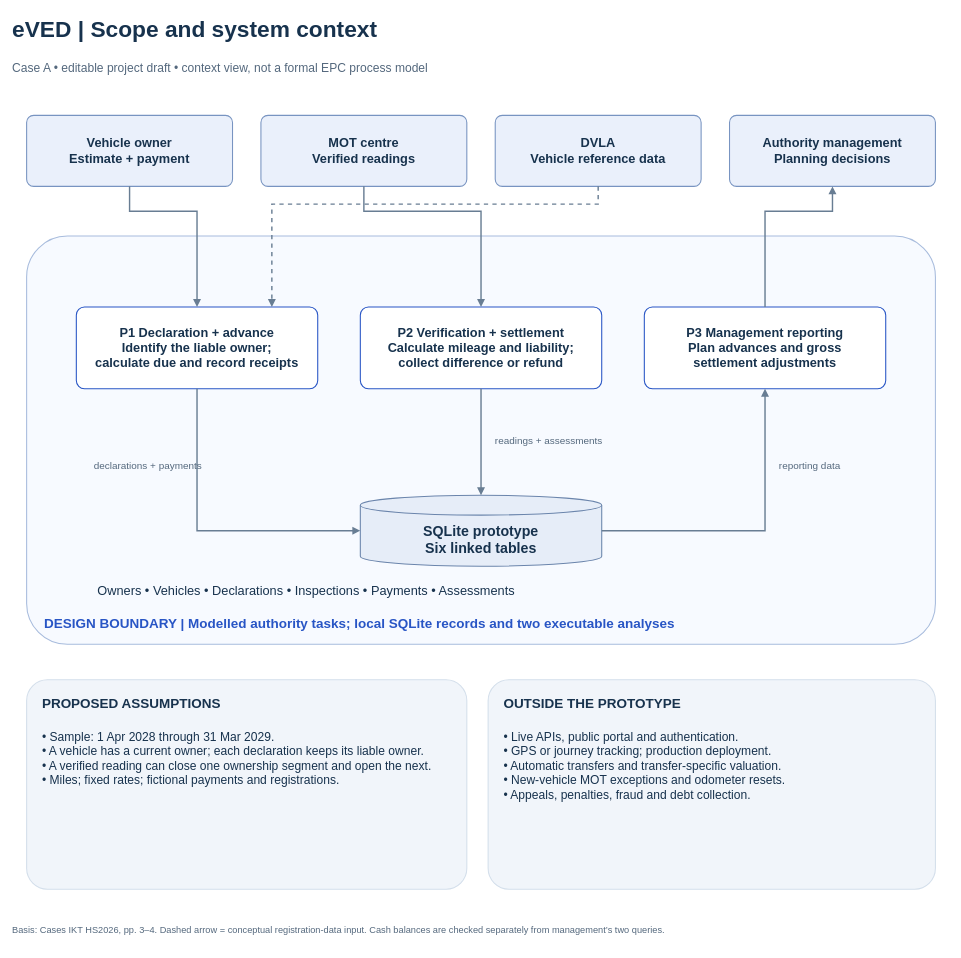
Before: page "00 - Scope and context" (1 of 5) of eved_scope_and_processes.drawio in Mclement197/ikt-hsg-2026, a draw.io diagram. Source tidied: cells renumbered, new cells numbered last; positions are measured from the earlier drawing's top-left corner, leaving out a move shared by most shapes. Both pictures are drawn from the tidied source at 71%, with x=0, y=0 at pixel (12, 12).
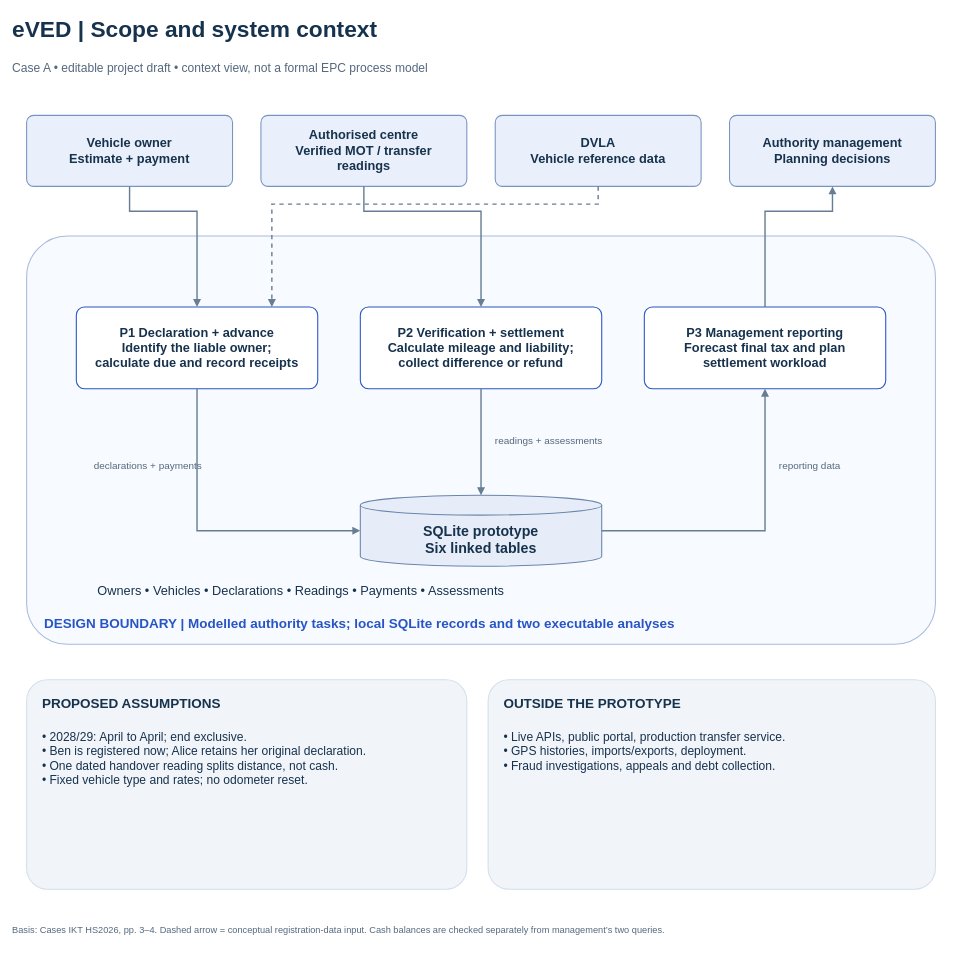
Above is the later version.

Diff of the diagram source:
```diff
@@
-    <mxCell id="7" value="MOT centre&#10;Verified readings" style="whiteSpace=wrap;html=0;fontFamily=Arial;fontSize=18;fontColor=#17324D;fillColor=#EAF0FB;strokeColor=#7894C1;strokeWidth=1.5;align=center;verticalAlign=middle;spacing=12;fontStyle=1;rounded=1;arcSize=10;" parent="1" vertex="1">
+    <mxCell id="7" value="Authorised centre&#10;Verified MOT / transfer readings" style="whiteSpace=wrap;html=0;fontFamily=Arial;fontSize=18;fontColor=#17324D;fillColor=#EAF0FB;strokeColor=#7894C1;strokeWidth=1.5;align=center;verticalAlign=middle;spacing=12;fontStyle=1;rounded=1;arcSize=10;" parent="1" vertex="1">
       <mxGeometry x="350" y="145" width="290" height="100" as="geometry" />
     </mxCell>
@@
-    <mxCell id="12" value="P3  Management reporting&#10;Plan advances and gross&#10;settlement adjustments" style="whiteSpace=wrap;html=0;fontFamily=Arial;fontSize=18;fontColor=#17324D;fillColor=#FFFFFF;strokeColor=#2855C5;strokeWidth=1.5;align=center;verticalAlign=middle;spacing=12;fontStyle=1;rounded=1;arcSize=10;" parent="1" vertex="1">
+    <mxCell id="12" value="P3  Management reporting&#10;Forecast final tax and plan settlement workload" style="whiteSpace=wrap;html=0;fontFamily=Arial;fontSize=18;fontColor=#17324D;fillColor=#FFFFFF;strokeColor=#2855C5;strokeWidth=1.5;align=center;verticalAlign=middle;spacing=12;fontStyle=1;rounded=1;arcSize=10;" parent="1" vertex="1">
       <mxGeometry x="890" y="415" width="340" height="115" as="geometry" />
     </mxCell>
@@
-    <mxCell id="14" value="Owners • Vehicles • Declarations • Inspections • Payments • Assessments" style="whiteSpace=wrap;html=0;fontFamily=Arial;fontSize=18;fontColor=#17324D;fillColor=none;strokeColor=none;strokeWidth=1.5;align=left;verticalAlign=middle;spacing=12;text;spacing=0;" parent="1" vertex="1">
+    <mxCell id="14" value="Owners • Vehicles • Declarations • Readings • Payments • Assessments" style="whiteSpace=wrap;html=0;fontFamily=Arial;fontSize=18;fontColor=#17324D;fillColor=none;strokeColor=none;strokeWidth=1.5;align=left;verticalAlign=middle;spacing=12;text;spacing=0;" parent="1" vertex="1">
       <mxGeometry x="120" y="800" width="1100" height="35" as="geometry" />
     </mxCell>
@@
-    <mxCell id="17" value="• Sample: 1 Apr 2028 through 31 Mar 2029.&#10;• A vehicle has a current owner; each declaration keeps its liable owner.&#10;• A verified reading can close one ownership segment and open the next.&#10;• Miles; fixed rates; fictional payments and registrations." style="whiteSpace=wrap;html=0;fontFamily=Arial;fontSize=17;fontColor=#17324D;fillColor=none;strokeColor=none;strokeWidth=1.5;align=left;verticalAlign=middle;spacing=12;text;spacing=0;" parent="1" vertex="1">
+    <mxCell id="17" value="• 2028/29: April to April; end exclusive.&#10;• Ben is registered now; Alice retains her original declaration.&#10;• One dated handover reading splits distance, not cash.&#10;• Fixed vehicle type and rates; no odometer reset." style="whiteSpace=wrap;html=0;fontFamily=Arial;fontSize=17;fontColor=#17324D;fillColor=none;strokeColor=none;strokeWidth=1.5;align=left;verticalAlign=middle;spacing=12;text;spacing=0;" parent="1" vertex="1">
       <mxGeometry x="42" y="1006" width="576" height="215" as="geometry" />
     </mxCell>
@@
-    <mxCell id="20" value="• Live APIs, public portal and authentication.&#10;• GPS or journey tracking; production deployment.&#10;• Automatic transfers and transfer-specific valuation.&#10;• New-vehicle MOT exceptions and odometer resets.&#10;• Appeals, penalties, fraud and debt collection." style="whiteSpace=wrap;html=0;fontFamily=Arial;fontSize=17;fontColor=#17324D;fillColor=none;strokeColor=none;strokeWidth=1.5;align=left;verticalAlign=middle;spacing=12;text;spacing=0;" parent="1" vertex="1">
+    <mxCell id="20" value="• Live APIs, public portal, production transfer service.&#10;• GPS histories, imports/exports, deployment.&#10;• Fraud investigations, appeals and debt collection." style="whiteSpace=wrap;html=0;fontFamily=Arial;fontSize=17;fontColor=#17324D;fillColor=none;strokeColor=none;strokeWidth=1.5;align=left;verticalAlign=middle;spacing=12;text;spacing=0;" parent="1" vertex="1">
       <mxGeometry x="692" y="1006" width="586" height="215" as="geometry" />
     </mxCell>
```
